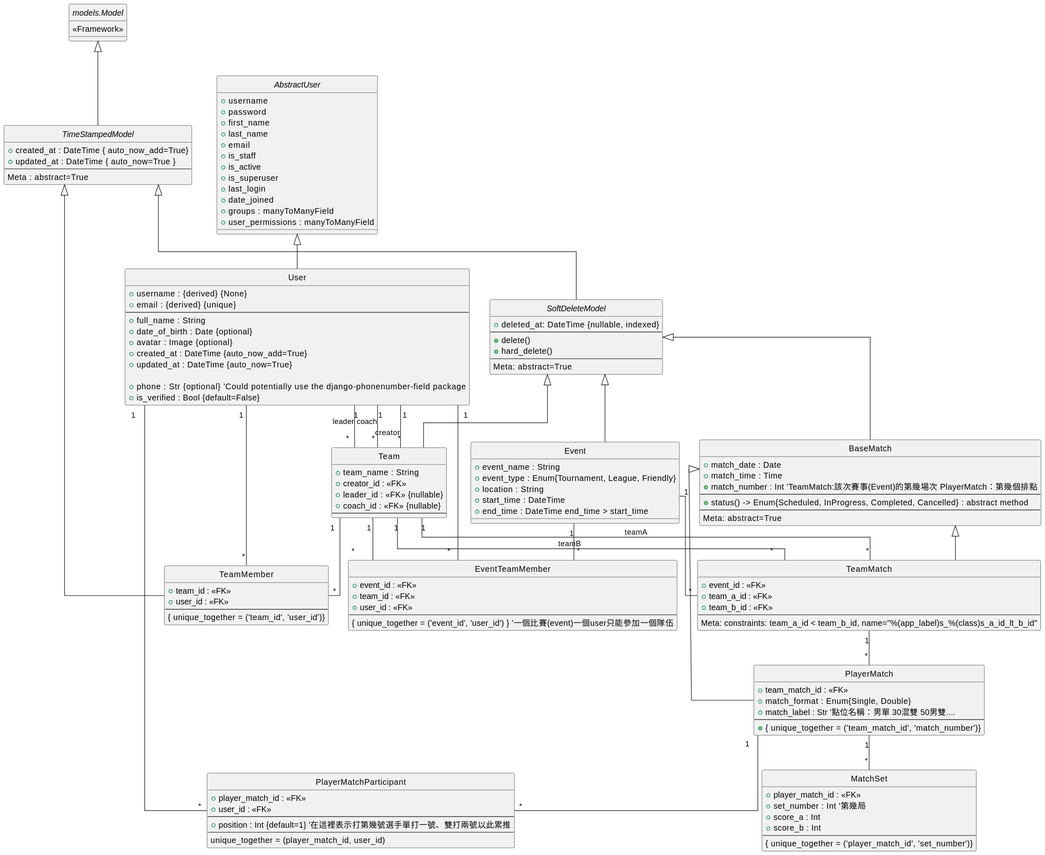
FriedDinoEggs/Nexus keeps this PlantUML diagram as docs/diagram/out/db.svg. Above is the earlier version.
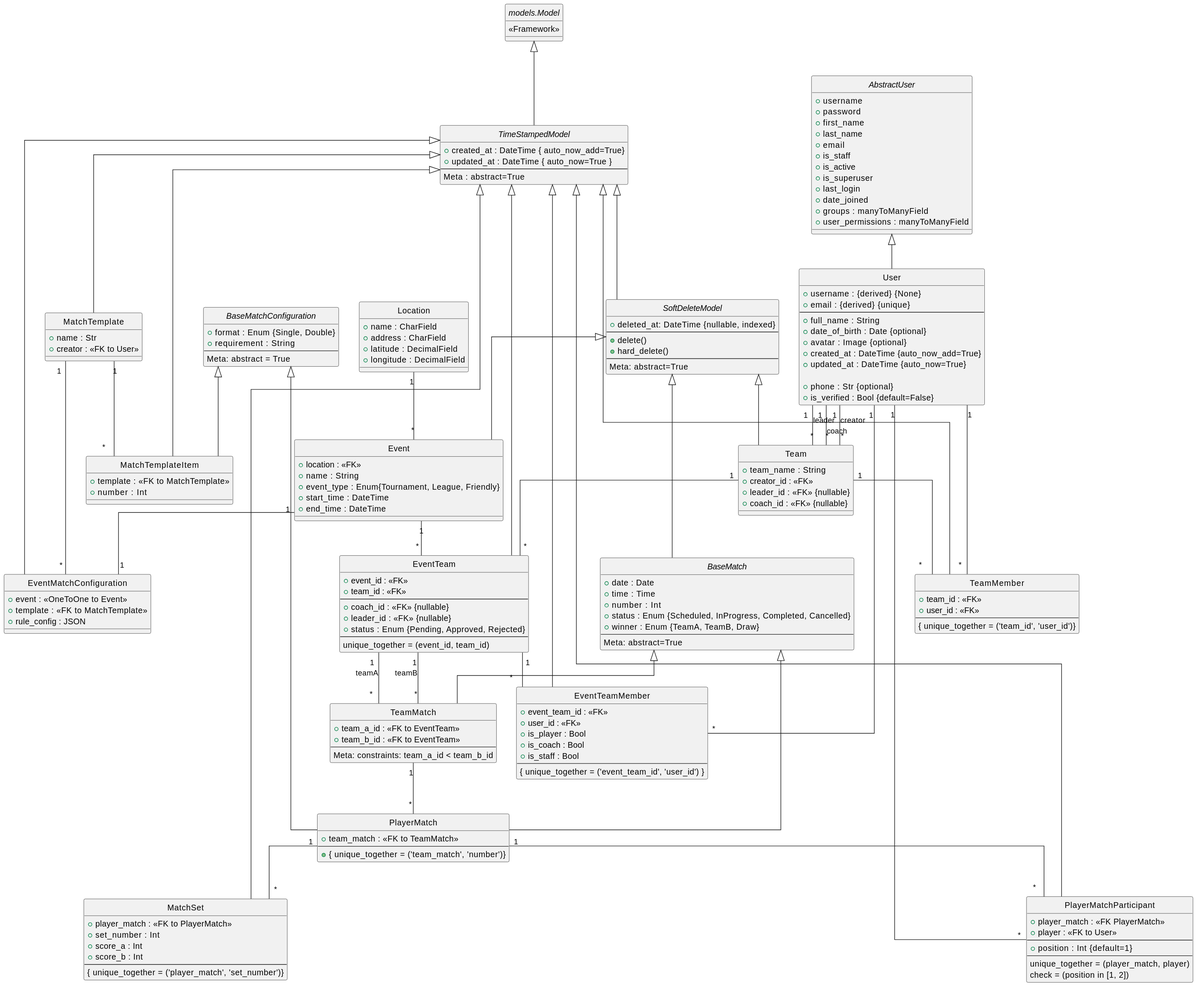
Later version of the same file.

Commit message:
feat: Add constraints to PlayerMatchParticipant

The edit, as a diff of the source:
```diff
@@ -27,7 +27,7 @@
     + created_at : DateTime {auto_now_add=True}
     + updated_at : DateTime {auto_now=True}
 
-    + phone : Str {optional} 'Could potentially use the  django-phonenumber-field package
+    + phone : Str {optional}
     + is_verified : Bool {default=False}
 }
 AbstractUser <|-- User
@@ -52,6 +52,12 @@
     Meta: abstract=True
 }
 
+class "Location" as Location {
+    + name : CharField
+    + address : CharField
+    + latitude : DecimalField
+    + longitude : DecimalField
+}
 
 
 class "Team" as Team {
@@ -59,7 +65,6 @@
     + creator_id : <<FK>>
     + leader_id : <<FK>> {nullable}
     + coach_id : <<FK>> {nullable}
-    --
 }
 
 class "TeamMember" as TeamMember {
@@ -70,63 +75,100 @@
 }
 
 class "Event" as Event {
-    + event_name : String
+    + location : << FK >>
+    + name : String
     + event_type : Enum{Tournament, League, Friendly}
-    + location : String
     + start_time : DateTime
-    + end_time : DateTime end_time > start_time
+    + end_time : DateTime
 }
 
-class "EventTeamMember" as EventTeamMember {
+class "EventTeam" as EventTeam {
     + event_id : << FK >>
     + team_id : << FK >>
-    + user_id : << FK >>
     --
-    { unique_together = ('event_id', 'user_id') } '一個比賽(event)一個user只能參加一個隊伍
+    + coach_id : << FK >> {nullable}
+    + leader_id : << FK >> {nullable}
+    + status : Enum {Pending, Approved, Rejected}
+    --
+    unique_together = (event_id, team_id)
 }
 
-class "BaseMatch" as BaseMatch {
-    + match_date : Date
-    + match_time : Time
-    + match_number : Int 'TeamMatch:該次賽事(Event)的第幾場次 PlayerMatch：第幾個排點
+
+class "EventTeamMember" as EventTeamMember {
+    + event_team_id : << FK >>
+    + user_id : << FK >>
+    + is_player : Bool
+    + is_coach : Bool
+    + is_staff : Bool
     --
-    + status() -> Enum{Scheduled, InProgress, Completed, Cancelled} : abstract method
+    { unique_together = ('event_team_id', 'user_id') }
+}
+
+
+abstract class "BaseMatchConfiguration" as BaseMatchConfiguration {
+    + format : Enum {Single, Double}
+    + requirement : String
+    --
+    Meta: abstract = True
+}
+
+
+abstract class "BaseMatch" as BaseMatch {
+    + date : Date
+    + time : Time
+    + number : Int
+    + status : Enum {Scheduled, InProgress, Completed, Cancelled}
+    + winner : Enum {TeamA, TeamB, Draw}
     --
     Meta: abstract=True
 }
 
 class "TeamMatch" as TeamMatch {
-    + event_id : << FK >>
-    + team_a_id : << FK >>
-    + team_b_id : << FK >>
+    + team_a_id : << FK to EventTeam >>
+    + team_b_id : << FK to EventTeam >>
     --
-    Meta: constraints: team_a_id < team_b_id, name="%(app_label)s_%(class)s_a_id_lt_b_id"
+    Meta: constraints: team_a_id < team_b_id
 }
 
 class "PlayerMatch" as PlayerMatch {
-    + team_match_id : << FK >>
-    + match_format : Enum{Single, Double}
-    + match_label : Str '點位名稱：男單 30混雙 50男雙....
+    + team_match : << FK to TeamMatch >>
     --
-    + { unique_together = ('team_match_id', 'match_number')}
+    + { unique_together = ('team_match', 'number')}
 }
 
 class "MatchSet" as MatchSet {
-    + player_match_id : << FK >>
-    + set_number : Int '第幾局
+    + player_match : << FK to PlayerMatch >>
+    + set_number : Int
     + score_a : Int
     + score_b : Int
     --
-    { unique_together = ('player_match_id', 'set_number')}
+    { unique_together = ('player_match', 'set_number')}
 }
 
 class "PlayerMatchParticipant" as PlayerMatchParticipant {
-    + player_match_id : << FK >>
-    + user_id : << FK >>
+    + player_match : << FK PlayerMatch >>
+    + player : << FK to User >>
     --
-    + position : Int {default=1} '在這裡表示打第幾號選手單打一號、雙打兩號以此累推
+    + position : Int {default=1}
     --
-    unique_together = (player_match_id, user_id)
+    unique_together = (player_match, player)
+    check = (position in [1, 2])
+}
+
+class "MatchTemplate" as MatchTemplate {
+    + name : Str
+    + creator : << FK to User >>
+}
+
+class "MatchTemplateItem" as MatchTemplateItem {
+    + template : << FK to MatchTemplate >>
+    + number : Int
+}
+
+class "EventMatchConfiguration" as EventMatchConfiguration {
+    + event : << OneToOne to Event >>
+    + template : << FK to MatchTemplate >>
+    + rule_config : JSON
 }
 
 
@@ -134,16 +176,31 @@
 TimeStampedModel <|-- SoftDeleteModel
 
 TimeStampedModel <|-- TeamMember
+TimeStampedModel <|-- EventTeam
+TimeStampedModel <|-- EventTeamMember
+TimeStampedModel <|-- MatchTemplate
+TimeStampedModel <|-- MatchTemplateItem
+TimeStampedModel <|-- MatchSet
+TimeStampedModel <|-- PlayerMatchParticipant
+TimeStampedModel <|-- EventMatchConfiguration
 
 SoftDeleteModel <|-- Team
 SoftDeleteModel <|-- Event
 SoftDeleteModel <|-- BaseMatch
 
+BaseMatchConfiguration <|-- PlayerMatch
+BaseMatchConfiguration <|-- MatchTemplateItem
+
 BaseMatch <|-- PlayerMatch
 BaseMatch <|-- TeamMatch
 
-Event "1" -- "*" EventTeamMember
-Team  "1" -- "*" EventTeamMember
+
+Event "1" -- "*" EventTeam
+Team "1" -- "*" EventTeam
+
+Location "1" -- "*" Event
+
+EventTeam "1" -- "*" EventTeamMember
 User  "1" -- "*" EventTeamMember
 
 User "1" -- "*" Team : leader
@@ -153,13 +210,16 @@
 User "1" -- "*" TeamMember
 Team "1" -- "*" TeamMember
 
-Event "1" -- "*" TeamMatch
-Team "1" -- "*" TeamMatch : teamA
-Team "1" -- "*" TeamMatch : teamB
+EventTeam "1" -- "*" TeamMatch : teamA
+EventTeam "1" -- "*" TeamMatch : teamB
 
 TeamMatch "1" -- "*" PlayerMatch
 
 PlayerMatch "1" -- "*" MatchSet
 PlayerMatch "1" -- "*" PlayerMatchParticipant
 User "1" -- "*" PlayerMatchParticipant
+
+MatchTemplate "1" -- "*" MatchTemplateItem
+MatchTemplate "1" -- "*" EventMatchConfiguration
+Event "1" -- "1" EventMatchConfiguration
 @enduml
```
